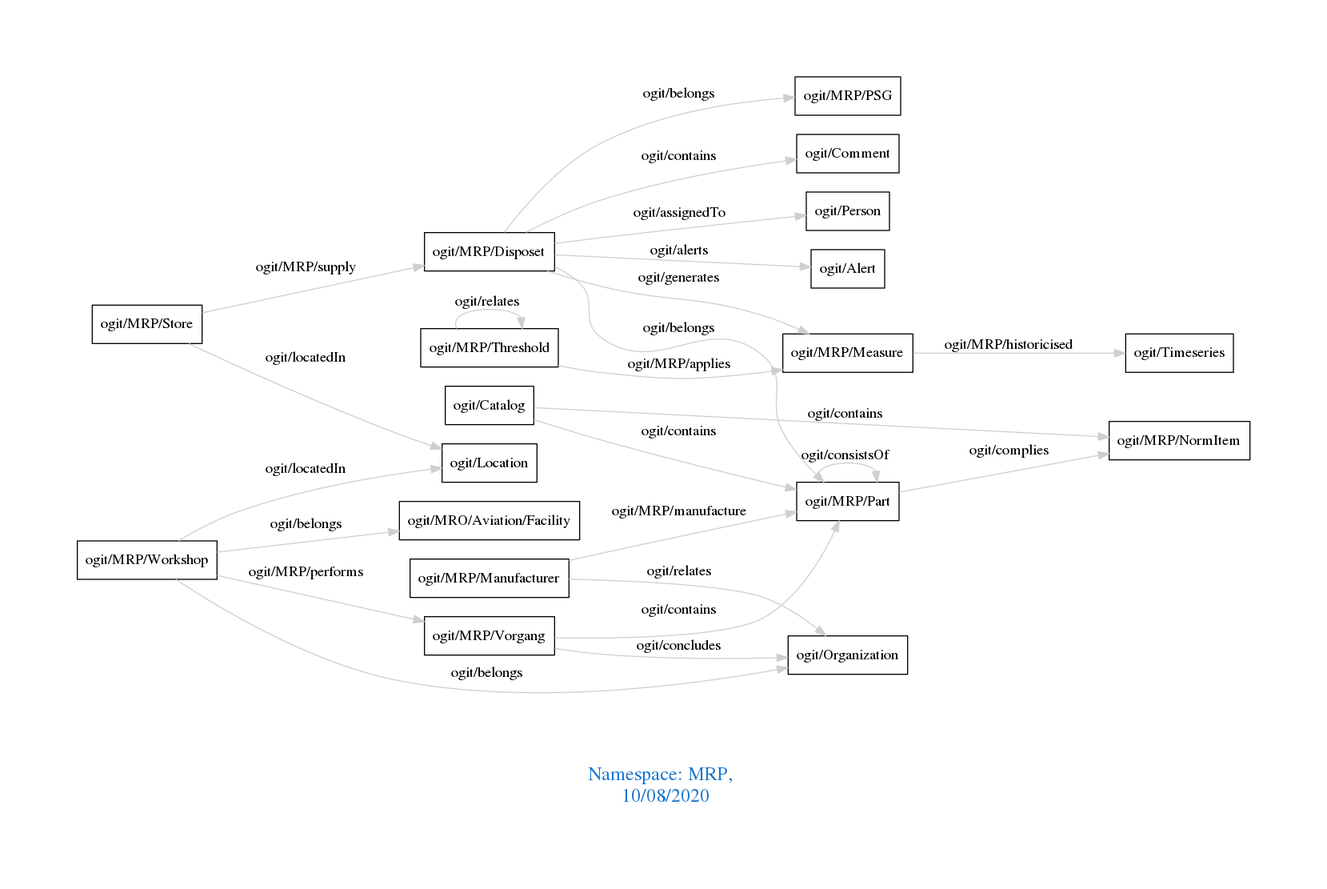
Before: downloads/MRP.png, a diagram exported from Graphviz (arago/OGIT). Its source is kept beside it as downloads/MRP.dot.
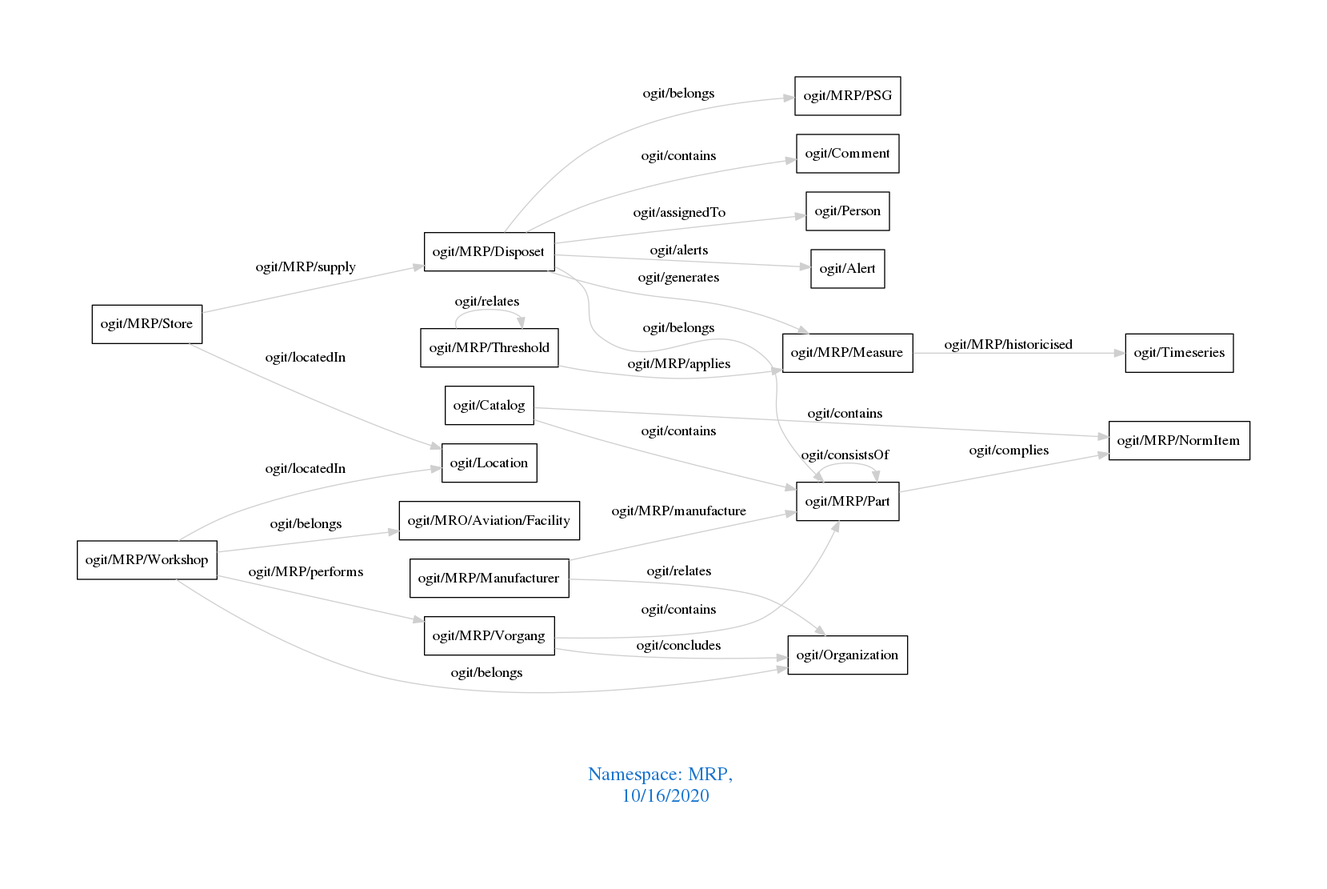
After the commit.

What changed in the source:
```diff
@@ -1,7 +1,7 @@
 digraph OGIT_ontology {
  graph [ rankdir= LR,pad=1
 fontsize = 18,
-fontcolor= dodgerblue3,label = "\n\n\nNamespace: MRP, \n 10/08/2020"];
+fontcolor= dodgerblue3,label = "\n\n\nNamespace: MRP, \n 10/16/2020"];
 node[shape=polygon];
 edge [  color="gray81"];
 
```
